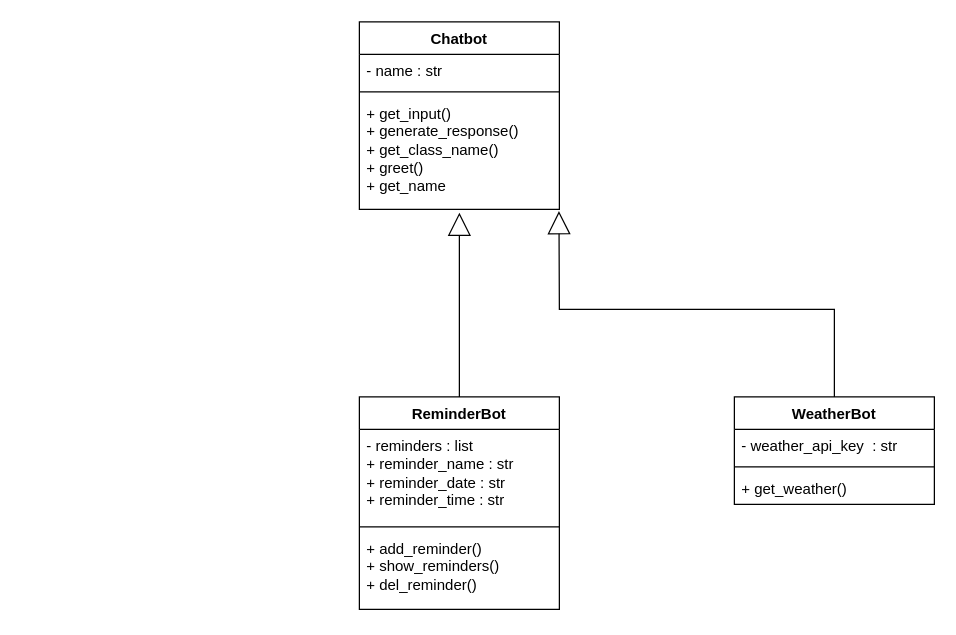
Above: umldiagram.drawio in barisparlakk/omniabotv2 (draw.io), before the change. Source tidied: cells renumbered, new cells numbered last; positions are measured from the earlier drawing's top-left corner, leaving out a move shared by most shapes. Both pictures are drawn from the tidied source at 125%, with x=0, y=0 at pixel (359, 21).
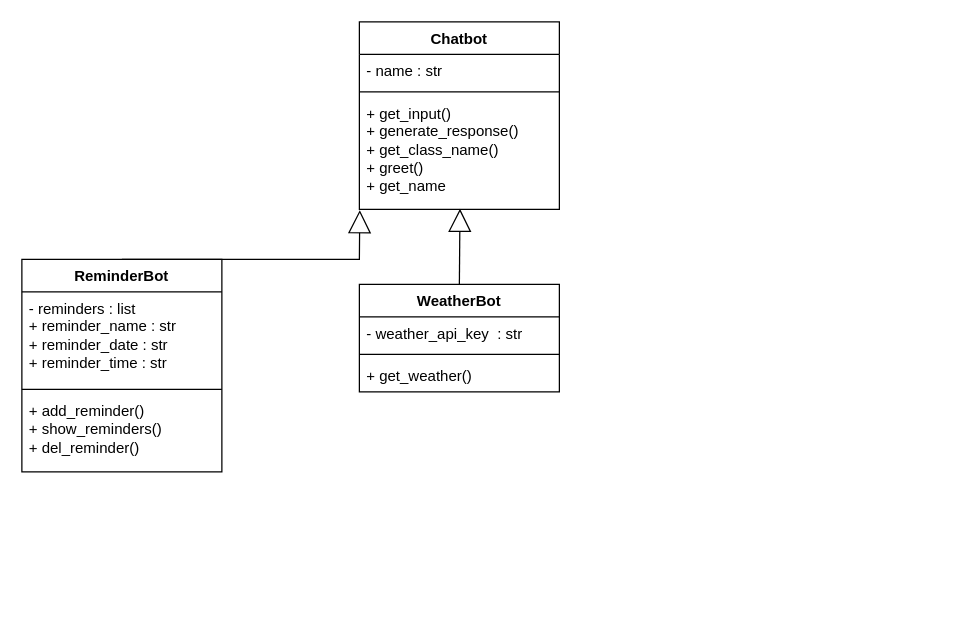
After the change.

Diff of the diagram source:
```diff
@@
 <mxGraphModel>
   <root>
     <mxCell id="0" />
     <mxCell id="1" parent="0" />
     <mxCell id="2" value="Chatbot" style="swimlane;fontStyle=1;align=center;verticalAlign=top;horizontal=1;startSize=26;whiteSpace=wrap;html=1;" parent="1" vertex="1">
       <mxGeometry width="160" height="150" as="geometry" />
     </mxCell>
     <mxCell id="3" value="- name : str" style="text;strokeColor=none;fillColor=none;align=left;verticalAlign=top;spacingLeft=4;spacingRight=4;overflow=hidden;whiteSpace=wrap;html=1;" parent="2" vertex="1">
       <mxGeometry y="26" width="160" height="26" as="geometry" />
     </mxCell>
     <mxCell id="4" style="line;strokeWidth=1;fillColor=none;align=left;verticalAlign=middle;spacingTop=-1;spacingLeft=3;spacingRight=3;labelPosition=right;strokeColor=inherit;" parent="2" vertex="1">
       <mxGeometry y="52" width="160" height="8" as="geometry" />
     </mxCell>
     <mxCell id="5" value="&lt;div&gt;+ get_input()&lt;/div&gt;&lt;div&gt;+ generate_response()&lt;/div&gt;&lt;div&gt;+ get_class_name()&lt;/div&gt;&lt;div&gt;+ greet()&lt;/div&gt;&lt;div&gt;+ get_name&lt;/div&gt;" style="text;strokeColor=none;fillColor=none;align=left;verticalAlign=top;spacingLeft=4;spacingRight=4;overflow=hidden;points=[[0,0.5],[1,0.5]];portConstraint=eastwest;whiteSpace=wrap;html=1;" parent="2" vertex="1">
       <mxGeometry y="60" width="160" height="90" as="geometry" />
     </mxCell>
     <mxCell id="6" value="WeatherBot" style="swimlane;fontStyle=1;align=center;verticalAlign=top;horizontal=1;startSize=26;whiteSpace=wrap;html=1;" parent="1" vertex="1">
-      <mxGeometry x="300" y="300" width="160" height="86" as="geometry" />
+      <mxGeometry y="210" width="160" height="86" as="geometry" />
     </mxCell>
     <mxCell id="7" value="- weather_api_key&amp;nbsp; : str" style="text;strokeColor=none;fillColor=none;align=left;verticalAlign=top;spacingLeft=4;spacingRight=4;overflow=hidden;whiteSpace=wrap;html=1;" parent="6" vertex="1">
       <mxGeometry y="26" width="160" height="26" as="geometry" />
     </mxCell>
     <mxCell id="8" style="line;strokeWidth=1;fillColor=none;align=left;verticalAlign=middle;spacingTop=-1;spacingLeft=3;spacingRight=3;labelPosition=right;strokeColor=inherit;" parent="6" vertex="1">
       <mxGeometry y="52" width="160" height="8" as="geometry" />
     </mxCell>
     <mxCell id="9" value="+ get_weather()" style="text;strokeColor=none;fillColor=none;align=left;verticalAlign=top;spacingLeft=4;spacingRight=4;overflow=hidden;whiteSpace=wrap;html=1;" parent="6" vertex="1">
       <mxGeometry y="60" width="160" height="26" as="geometry" />
     </mxCell>
     <mxCell id="10" value="ReminderBot" style="swimlane;fontStyle=1;align=center;verticalAlign=top;horizontal=1;startSize=26;whiteSpace=wrap;html=1;" parent="1" vertex="1">
-      <mxGeometry y="300" width="160" height="170" as="geometry" />
+      <mxGeometry x="-270" y="190" width="160" height="170" as="geometry" />
     </mxCell>
     <mxCell id="11" value="- reminders : list&lt;br&gt;+ reminder_name : str&lt;br&gt;+ reminder_date : str&lt;br&gt;+ reminder_time : str" style="text;strokeColor=none;fillColor=none;align=left;verticalAlign=top;spacingLeft=4;spacingRight=4;overflow=hidden;whiteSpace=wrap;html=1;" parent="10" vertex="1">
       <mxGeometry y="26" width="160" height="74" as="geometry" />
     </mxCell>
     <mxCell id="12" style="line;strokeWidth=1;fillColor=none;align=left;verticalAlign=middle;spacingTop=-1;spacingLeft=3;spacingRight=3;labelPosition=right;strokeColor=inherit;" parent="10" vertex="1">
       <mxGeometry y="100" width="160" height="8" as="geometry" />
     </mxCell>
     <mxCell id="13" value="&lt;div&gt;+ add_reminder()&lt;/div&gt;&lt;div&gt;+ show_reminders()&lt;br&gt;&lt;/div&gt;&lt;div&gt;+ del_reminder()&lt;/div&gt;" style="text;strokeColor=none;fillColor=none;align=left;verticalAlign=top;spacingLeft=4;spacingRight=4;overflow=hidden;whiteSpace=wrap;html=1;" parent="10" vertex="1">
       <mxGeometry y="108" width="160" height="62" as="geometry" />
     </mxCell>
-    <mxCell id="14" style="endArrow=block;endSize=16;endFill=0;html=1;rounded=0;exitX=0.5;exitY=0;exitDx=0;exitDy=0;entryX=0.5;entryY=1.029;entryDx=0;entryDy=0;entryPerimeter=0;" parent="1" edge="1" source="10" target="5">
-      <mxGeometry relative="1" as="geometry" />
+    <mxCell id="14" style="endArrow=block;endSize=16;endFill=0;html=1;rounded=0;exitX=0.5;exitY=0;exitDx=0;exitDy=0;entryX=0.002;entryY=1.007;entryDx=0;entryDy=0;entryPerimeter=0;" parent="1" edge="1" source="10" target="5">
+      <mxGeometry relative="1" as="geometry">
+        <Array as="points">
+          <mxPoint y="190" />
+        </Array>
+      </mxGeometry>
     </mxCell>
-    <mxCell id="15" style="endArrow=block;endSize=16;endFill=0;html=1;rounded=0;exitX=0.5;exitY=0;exitDx=0;exitDy=0;entryX=0.998;entryY=1.015;entryDx=0;entryDy=0;entryPerimeter=0;" parent="1" edge="1" source="6" target="5">
-      <mxGeometry relative="1" as="geometry">
-        <Array as="points">
-          <mxPoint x="380" y="230" />
-          <mxPoint x="160" y="230" />
-        </Array>
-      </mxGeometry>
+    <mxCell id="15" style="endArrow=block;endSize=16;endFill=0;html=1;rounded=0;entryX=0.503;entryY=0.994;entryDx=0;entryDy=0;entryPerimeter=0;exitX=0.5;exitY=0;exitDx=0;exitDy=0;" parent="1" edge="1" source="6" target="5">
+      <mxGeometry relative="1" as="geometry" />
     </mxCell>
   </root>
 </mxGraphModel>
```
